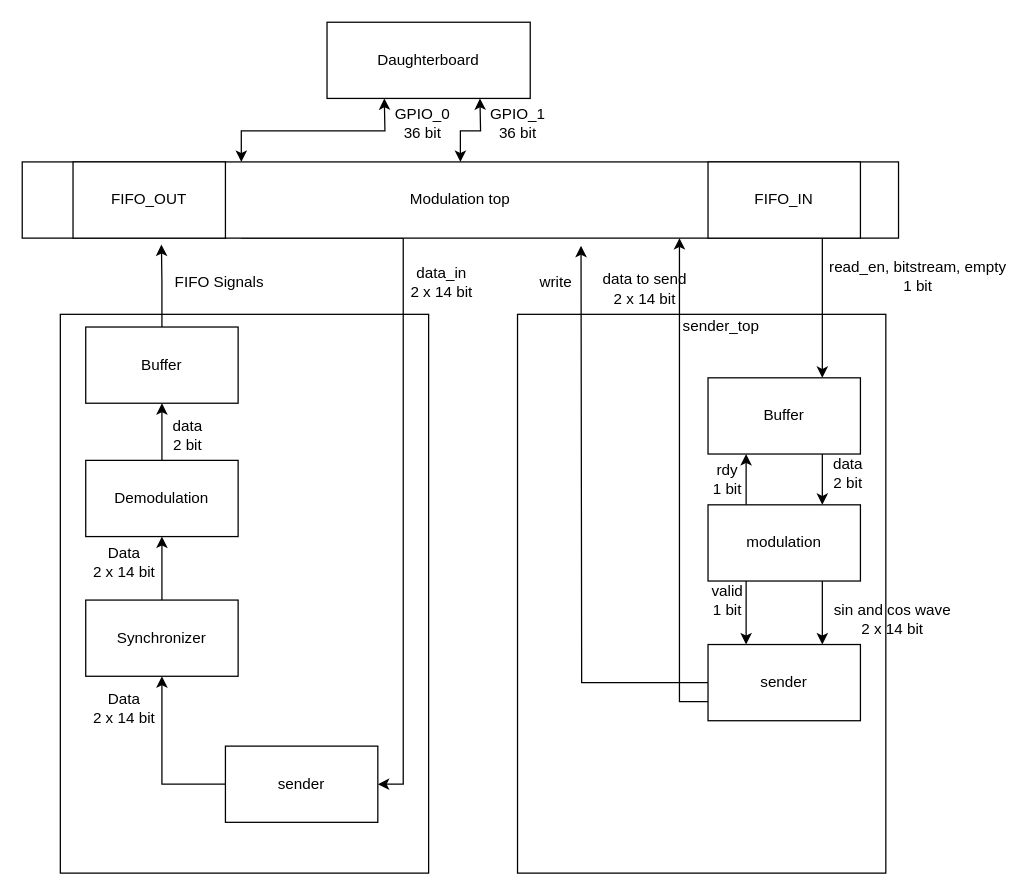
This is fpga_design/schematics/VHDLENTITIES.drawio from S160067/Modulation_DTU, a draw.io file, before an edit. Source tidied: cells renumbered, new cells numbered last; positions are measured from the earlier drawing's top-left corner, leaving out a move shared by most shapes. Both pictures are drawn from the tidied source at 127%, with x=0, y=0 at pixel (22, 22).
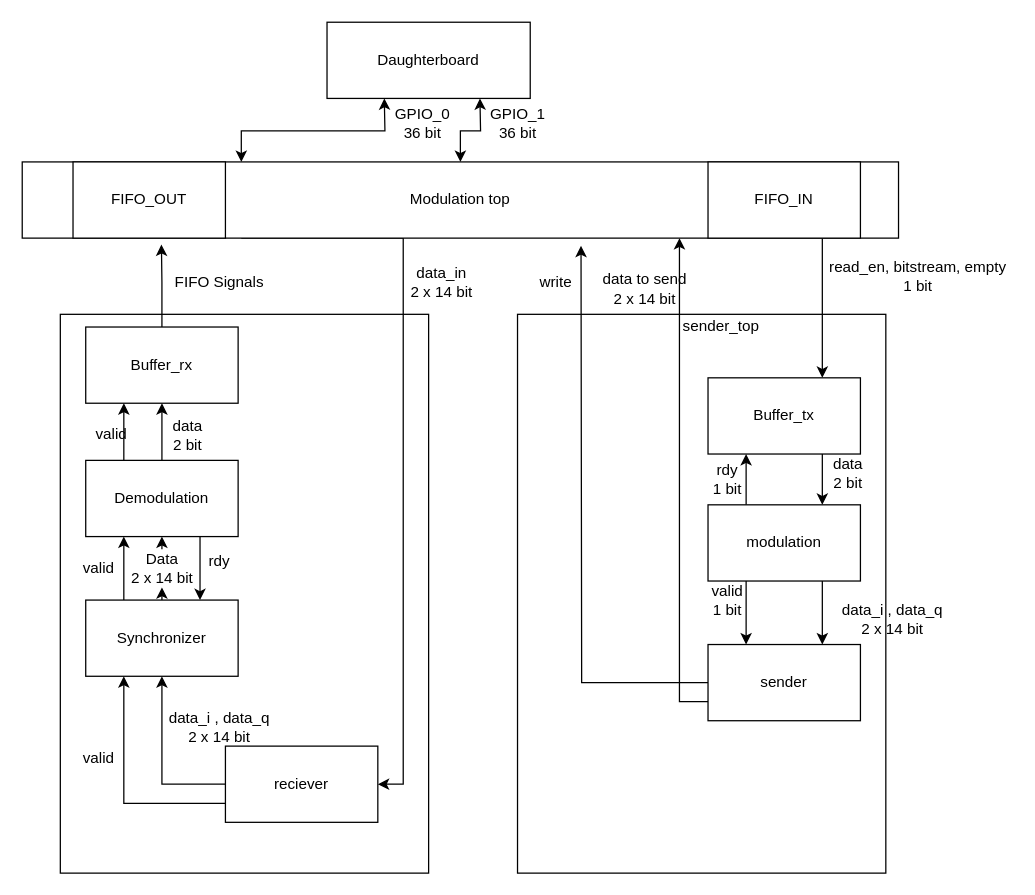
Above is the later version.

Unchanged cells that the change refers to:
```xml
<mxCell id="35" value="Synchronizer" style="whiteSpace=wrap;html=1;" parent="1" vertex="1">
  <mxGeometry x="50" y="455" width="120" height="60" as="geometry" />
</mxCell>
<mxCell id="38" value="Demodulation" style="whiteSpace=wrap;html=1;" parent="1" vertex="1">
  <mxGeometry x="50" y="345" width="120" height="60" as="geometry" />
</mxCell>
```

Change to the diagram source:
```diff
@@
-    <mxCell id="15" value="Buffer" style="whiteSpace=wrap;html=1;" parent="1" vertex="1">
+    <mxCell id="15" value="Buffer_tx" style="whiteSpace=wrap;html=1;" parent="1" vertex="1">
       <mxGeometry x="540" y="280" width="120" height="60" as="geometry" />
     </mxCell>
@@
-    <mxCell id="25" value="sin and cos wave&lt;br&gt;2 x 14 bit" style="text;html=1;align=center;verticalAlign=middle;" parent="1" vertex="1">
-      <mxGeometry x="630" y="455" width="110" height="30" as="geometry" />
+    <mxCell id="25" value="data_i , data_q&lt;br&gt;2 x 14 bit" style="text;html=1;align=center;verticalAlign=middle;" parent="1" vertex="1">
+      <mxGeometry x="640" y="455" width="90" height="30" as="geometry" />
     </mxCell>
@@
+    <mxCell id="44" style="edgeStyle=orthogonalEdgeStyle;rounded=0;jettySize=auto;html=1;exitX=0;exitY=0.75;exitDx=0;exitDy=0;entryX=0.25;entryY=1;entryDx=0;entryDy=0;" parent="1" edge="1" source="32" target="35">
+      <mxGeometry relative="1" as="geometry" />
+    </mxCell>
-    <mxCell id="32" value="sender" style="whiteSpace=wrap;html=1;" parent="1" vertex="1">
+    <mxCell id="32" value="reciever" style="whiteSpace=wrap;html=1;" parent="1" vertex="1">
       <mxGeometry x="160" y="570" width="120" height="60" as="geometry" />
     </mxCell>
@@
-    <mxCell id="34" style="edgeStyle=orthogonalEdgeStyle;rounded=0;jettySize=auto;html=1;exitX=0.5;exitY=0;exitDx=0;exitDy=0;entryX=0.5;entryY=1;entryDx=0;entryDy=0;startArrow=none;startFill=0;" parent="1" edge="1" source="35" target="38">
+    <mxCell id="34" style="edgeStyle=orthogonalEdgeStyle;rounded=0;jettySize=auto;html=1;exitX=0.5;exitY=0;exitDx=0;exitDy=0;entryX=0.5;entryY=1;entryDx=0;entryDy=0;startArrow=none;startFill=0;" parent="1" edge="1" source="39" target="38">
       <mxGeometry relative="1" as="geometry" />
     </mxCell>
+    <mxCell id="45" style="edgeStyle=orthogonalEdgeStyle;rounded=0;jettySize=auto;html=1;exitX=0.25;exitY=0;exitDx=0;exitDy=0;entryX=0.25;entryY=1;entryDx=0;entryDy=0;" parent="1" edge="1" source="35" target="38">
+      <mxGeometry relative="1" as="geometry" />
+    </mxCell>
@@
-    <mxCell id="36" value="Data&lt;br&gt;2 x 14 bit" style="text;html=1;align=center;verticalAlign=middle;" parent="1" vertex="1">
-      <mxGeometry x="50" y="525" width="60" height="30" as="geometry" />
+    <mxCell id="36" value="data_i , data_q&lt;br&gt;2 x 14 bit" style="text;html=1;align=center;verticalAlign=middle;" parent="1" vertex="1">
+      <mxGeometry x="110" y="540" width="90" height="30" as="geometry" />
     </mxCell>
@@
+    <mxCell id="46" style="edgeStyle=orthogonalEdgeStyle;rounded=0;jettySize=auto;html=1;exitX=0.25;exitY=0;exitDx=0;exitDy=0;entryX=0.25;entryY=1;entryDx=0;entryDy=0;" parent="1" edge="1" source="38" target="41">
+      <mxGeometry relative="1" as="geometry" />
+    </mxCell>
+    <mxCell id="47" style="edgeStyle=orthogonalEdgeStyle;rounded=0;jettySize=auto;html=1;exitX=0.75;exitY=1;exitDx=0;exitDy=0;entryX=0.75;entryY=0;entryDx=0;entryDy=0;" parent="1" edge="1" source="38" target="35">
+      <mxGeometry relative="1" as="geometry" />
+    </mxCell>
@@
-    <mxCell id="39" value="Data&lt;br&gt;2 x 14 bit" style="text;html=1;align=center;verticalAlign=middle;points=[];" parent="1" vertex="1">
-      <mxGeometry x="50" y="410" width="60" height="30" as="geometry" />
-    </mxCell>
@@
-    <mxCell id="41" value="Buffer" style="whiteSpace=wrap;html=1;" parent="1" vertex="1">
+    <mxCell id="41" value="Buffer_rx" style="whiteSpace=wrap;html=1;" parent="1" vertex="1">
       <mxGeometry x="50" y="240" width="120" height="60" as="geometry" />
     </mxCell>
@@
+    <mxCell id="48" value="valid" style="text;html=1;align=center;verticalAlign=middle;" parent="1" vertex="1">
+      <mxGeometry x="50" y="315" width="40" height="20" as="geometry" />
+    </mxCell>
+    <mxCell id="49" value="rdy" style="text;html=1;align=center;verticalAlign=middle;" parent="1" vertex="1">
+      <mxGeometry x="140" y="415" width="30" height="20" as="geometry" />
+    </mxCell>
+    <mxCell id="39" value="Data&lt;br&gt;2 x 14 bit" style="text;html=1;align=center;verticalAlign=middle;points=[];" parent="1" vertex="1">
+      <mxGeometry x="80" y="415" width="60" height="30" as="geometry" />
+    </mxCell>
+    <mxCell id="50" style="edgeStyle=orthogonalEdgeStyle;rounded=0;jettySize=auto;html=1;exitX=0.5;exitY=0;exitDx=0;exitDy=0;entryX=0.5;entryY=1;entryDx=0;entryDy=0;startArrow=none;startFill=0;" parent="1" edge="1" source="35" target="39">
+      <mxGeometry relative="1" as="geometry" />
+    </mxCell>
+    <mxCell id="51" value="valid" style="text;html=1;align=center;verticalAlign=middle;" parent="1" vertex="1">
+      <mxGeometry x="40" y="420" width="40" height="20" as="geometry" />
+    </mxCell>
+    <mxCell id="52" value="valid" style="text;html=1;align=center;verticalAlign=middle;" parent="1" vertex="1">
+      <mxGeometry x="40" y="570" width="40" height="20" as="geometry" />
+    </mxCell>
```
